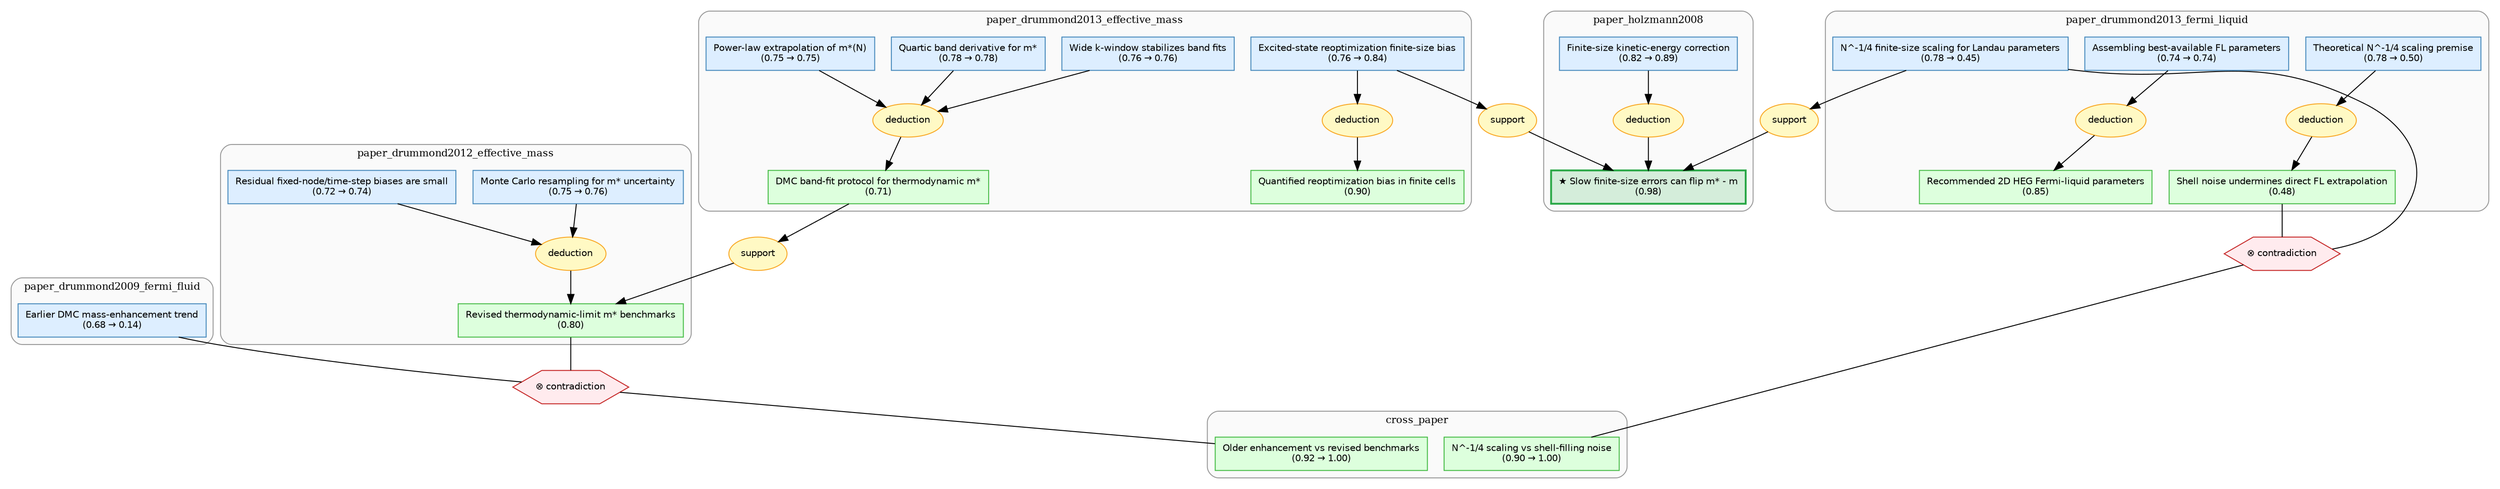
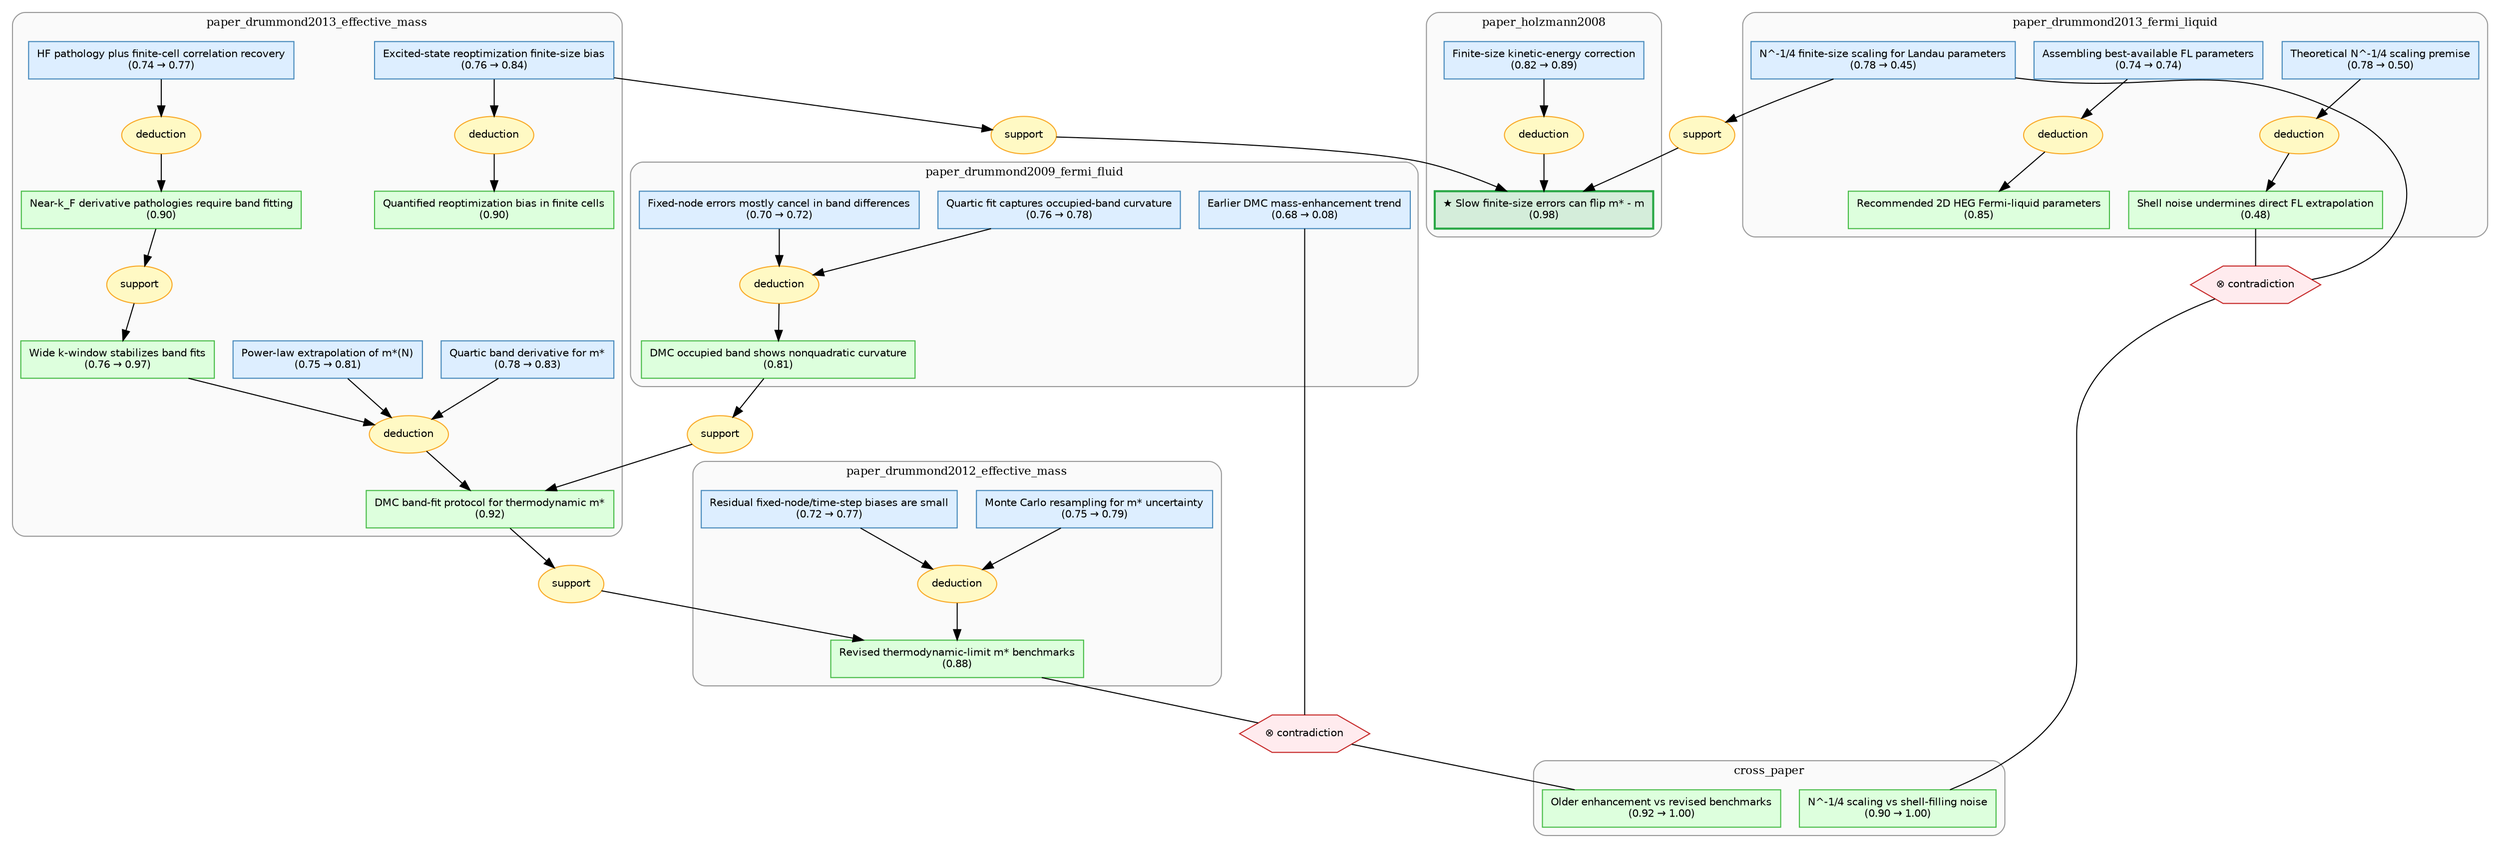
digraph starmap {
    rankdir=TB;
    compound=true;
    node [fontname="Helvetica", fontsize=10];
    edge [fontname="Helvetica", fontsize=9];

    subgraph cluster_cross_paper {
        label="cross_paper";
        style="rounded,filled";
        fillcolor="#fafafa";
        color="#999999";
        fontsize=11;

        "local:twodheg_effective_mass::older_dmc_enhancement_vs_revised_dmc_benchmarks" [label="Older enhancement vs revised benchmarks\n(0.92 → 1.00)", shape=box, style=filled, fillcolor="#ddffdd", color="#44bb44"];
        "local:twodheg_effective_mass::n_quarter_scaling_vs_shell_filling_noise" [label="N^-1/4 scaling vs shell-filling noise\n(0.90 → 1.00)", shape=box, style=filled, fillcolor="#ddffdd", color="#44bb44"];
    }

    subgraph cluster_paper_drummond2009_fermi_fluid {
        label="paper_drummond2009_fermi_fluid";
        style="rounded,filled";
        fillcolor="#fafafa";
        color="#999999";
        fontsize=11;

-         "local:twodheg_effective_mass::gcn_4d1aad1470d54895" [label="Earlier DMC mass-enhancement trend\n(0.68 → 0.14)", shape=box, style=filled, fillcolor="#ddeeff", color="#4488bb"];
+         "local:twodheg_effective_mass::gcn_4d1aad1470d54895" [label="Earlier DMC mass-enhancement trend\n(0.68 → 0.08)", shape=box, style=filled, fillcolor="#ddeeff", color="#4488bb"];
+         "local:twodheg_effective_mass::gcn_f6686a4225a043a6" [label="Quartic fit captures occupied-band curvature\n(0.76 → 0.78)", shape=box, style=filled, fillcolor="#ddeeff", color="#4488bb"];
+         "local:twodheg_effective_mass::gcn_fd7adbfff0f146ba" [label="Fixed-node errors mostly cancel in band differences\n(0.70 → 0.72)", shape=box, style=filled, fillcolor="#ddeeff", color="#4488bb"];
+         "local:twodheg_effective_mass::gcn_bf915935b1fd4326" [label="DMC occupied band shows nonquadratic curvature\n(0.81)", shape=box, style=filled, fillcolor="#ddffdd", color="#44bb44"];
+         "strat_6" [label="deduction", shape=ellipse, style=filled, fillcolor="#fff9c4", color="#f9a825"];
    }

    subgraph cluster_paper_drummond2012_effective_mass {
        label="paper_drummond2012_effective_mass";
        style="rounded,filled";
        fillcolor="#fafafa";
        color="#999999";
        fontsize=11;

-         "local:twodheg_effective_mass::gcn_a685639571304474" [label="Monte Carlo resampling for m* uncertainty\n(0.75 → 0.76)", shape=box, style=filled, fillcolor="#ddeeff", color="#4488bb"];
-         "local:twodheg_effective_mass::gcn_17c63b5dc2154f15" [label="Residual fixed-node/time-step biases are small\n(0.72 → 0.74)", shape=box, style=filled, fillcolor="#ddeeff", color="#4488bb"];
-         "local:twodheg_effective_mass::gcn_b7a7d456a05d4129" [label="Revised thermodynamic-limit m* benchmarks\n(0.80)", shape=box, style=filled, fillcolor="#ddffdd", color="#44bb44"];
-         "strat_5" [label="deduction", shape=ellipse, style=filled, fillcolor="#fff9c4", color="#f9a825"];
+         "local:twodheg_effective_mass::gcn_a685639571304474" [label="Monte Carlo resampling for m* uncertainty\n(0.75 → 0.79)", shape=box, style=filled, fillcolor="#ddeeff", color="#4488bb"];
+         "local:twodheg_effective_mass::gcn_17c63b5dc2154f15" [label="Residual fixed-node/time-step biases are small\n(0.72 → 0.77)", shape=box, style=filled, fillcolor="#ddeeff", color="#4488bb"];
+         "local:twodheg_effective_mass::gcn_b7a7d456a05d4129" [label="Revised thermodynamic-limit m* benchmarks\n(0.88)", shape=box, style=filled, fillcolor="#ddffdd", color="#44bb44"];
+         "strat_7" [label="deduction", shape=ellipse, style=filled, fillcolor="#fff9c4", color="#f9a825"];
    }

    subgraph cluster_paper_drummond2013_effective_mass {
        label="paper_drummond2013_effective_mass";
        style="rounded,filled";
        fillcolor="#fafafa";
        color="#999999";
        fontsize=11;

        "local:twodheg_effective_mass::gcn_850fc9d9de314026" [label="Excited-state reoptimization finite-size bias\n(0.76 → 0.84)", shape=box, style=filled, fillcolor="#ddeeff", color="#4488bb"];
        "local:twodheg_effective_mass::gcn_c7b10e47e2ab45e1" [label="Quantified reoptimization bias in finite cells\n(0.90)", shape=box, style=filled, fillcolor="#ddffdd", color="#44bb44"];
-         "local:twodheg_effective_mass::gcn_48797cba2bf44d90" [label="Quartic band derivative for m*\n(0.78 → 0.78)", shape=box, style=filled, fillcolor="#ddeeff", color="#4488bb"];
-         "local:twodheg_effective_mass::gcn_1e8fcb7ef934428d" [label="Power-law extrapolation of m*(N)\n(0.75 → 0.75)", shape=box, style=filled, fillcolor="#ddeeff", color="#4488bb"];
-         "local:twodheg_effective_mass::gcn_50e263dc961541e0" [label="Wide k-window stabilizes band fits\n(0.76 → 0.76)", shape=box, style=filled, fillcolor="#ddeeff", color="#4488bb"];
-         "local:twodheg_effective_mass::gcn_a981a2b787514e47" [label="DMC band-fit protocol for thermodynamic m*\n(0.71)", shape=box, style=filled, fillcolor="#ddffdd", color="#44bb44"];
+         "local:twodheg_effective_mass::gcn_48797cba2bf44d90" [label="Quartic band derivative for m*\n(0.78 → 0.83)", shape=box, style=filled, fillcolor="#ddeeff", color="#4488bb"];
+         "local:twodheg_effective_mass::gcn_1e8fcb7ef934428d" [label="Power-law extrapolation of m*(N)\n(0.75 → 0.81)", shape=box, style=filled, fillcolor="#ddeeff", color="#4488bb"];
+         "local:twodheg_effective_mass::gcn_50e263dc961541e0" [label="Wide k-window stabilizes band fits\n(0.76 → 0.97)", shape=box, style=filled, fillcolor="#ddffdd", color="#44bb44"];
+         "local:twodheg_effective_mass::gcn_a981a2b787514e47" [label="DMC band-fit protocol for thermodynamic m*\n(0.92)", shape=box, style=filled, fillcolor="#ddffdd", color="#44bb44"];
+         "local:twodheg_effective_mass::gcn_f6ca85b75deb46ba" [label="HF pathology plus finite-cell correlation recovery\n(0.74 → 0.77)", shape=box, style=filled, fillcolor="#ddeeff", color="#4488bb"];
+         "local:twodheg_effective_mass::gcn_8df2cd5b49524aac" [label="Near-k_F derivative pathologies require band fitting\n(0.90)", shape=box, style=filled, fillcolor="#ddffdd", color="#44bb44"];
        "strat_3" [label="deduction", shape=ellipse, style=filled, fillcolor="#fff9c4", color="#f9a825"];
        "strat_4" [label="deduction", shape=ellipse, style=filled, fillcolor="#fff9c4", color="#f9a825"];
+         "strat_5" [label="deduction", shape=ellipse, style=filled, fillcolor="#fff9c4", color="#f9a825"];
+         "strat_11" [label="support", shape=ellipse, style=filled, fillcolor="#fff9c4", color="#f9a825"];
    }

    subgraph cluster_paper_drummond2013_fermi_liquid {
        label="paper_drummond2013_fermi_liquid";
        style="rounded,filled";
        fillcolor="#fafafa";
        color="#999999";
        fontsize=11;

        "local:twodheg_effective_mass::gcn_219b34bd252c43fa" [label="N^-1/4 finite-size scaling for Landau parameters\n(0.78 → 0.45)", shape=box, style=filled, fillcolor="#ddeeff", color="#4488bb"];
        "local:twodheg_effective_mass::gcn_3ceb44ae3f404964" [label="Theoretical N^-1/4 scaling premise\n(0.78 → 0.50)", shape=box, style=filled, fillcolor="#ddeeff", color="#4488bb"];
        "local:twodheg_effective_mass::gcn_3db07703d3684507" [label="Shell noise undermines direct FL extrapolation\n(0.48)", shape=box, style=filled, fillcolor="#ddffdd", color="#44bb44"];
        "local:twodheg_effective_mass::gcn_836bae7457044c7a" [label="Assembling best-available FL parameters\n(0.74 → 0.74)", shape=box, style=filled, fillcolor="#ddeeff", color="#4488bb"];
        "local:twodheg_effective_mass::gcn_306f15c9d5814e23" [label="Recommended 2D HEG Fermi-liquid parameters\n(0.85)", shape=box, style=filled, fillcolor="#ddffdd", color="#44bb44"];
        "strat_1" [label="deduction", shape=ellipse, style=filled, fillcolor="#fff9c4", color="#f9a825"];
        "strat_2" [label="deduction", shape=ellipse, style=filled, fillcolor="#fff9c4", color="#f9a825"];
    }

    subgraph cluster_paper_holzmann2008 {
        label="paper_holzmann2008";
        style="rounded,filled";
        fillcolor="#fafafa";
        color="#999999";
        fontsize=11;

        "local:twodheg_effective_mass::gcn_da3eecec49114543" [label="Finite-size kinetic-energy correction\n(0.82 → 0.89)", shape=box, style=filled, fillcolor="#ddeeff", color="#4488bb"];
        "local:twodheg_effective_mass::gcn_28b9e01bd2f8487f" [label="★ Slow finite-size errors can flip m* - m\n(0.98)", shape=box, style=filled, fillcolor="#d4edda", color="#28a745", penwidth=2];
        "strat_0" [label="deduction", shape=ellipse, style=filled, fillcolor="#fff9c4", color="#f9a825"];
    }

    // cross-module strategy/operator nodes (outside clusters)
-     "strat_6" [label="support", shape=ellipse, style=filled, fillcolor="#fff9c4", color="#f9a825"];
-     "strat_7" [label="support", shape=ellipse, style=filled, fillcolor="#fff9c4", color="#f9a825"];
    "strat_8" [label="support", shape=ellipse, style=filled, fillcolor="#fff9c4", color="#f9a825"];
+     "strat_9" [label="support", shape=ellipse, style=filled, fillcolor="#fff9c4", color="#f9a825"];
+     "strat_10" [label="support", shape=ellipse, style=filled, fillcolor="#fff9c4", color="#f9a825"];
+     "strat_12" [label="support", shape=ellipse, style=filled, fillcolor="#fff9c4", color="#f9a825"];
    "oper_0" [label="⊗ contradiction", shape=hexagon, style=filled, fillcolor="#ffebee", color="#c62828"];
    "oper_1" [label="⊗ contradiction", shape=hexagon, style=filled, fillcolor="#ffebee", color="#c62828"];

    // edges
    "local:twodheg_effective_mass::gcn_da3eecec49114543" -> "strat_0";
    "strat_0" -> "local:twodheg_effective_mass::gcn_28b9e01bd2f8487f";
    "local:twodheg_effective_mass::gcn_3ceb44ae3f404964" -> "strat_1";
    "strat_1" -> "local:twodheg_effective_mass::gcn_3db07703d3684507";
    "local:twodheg_effective_mass::gcn_836bae7457044c7a" -> "strat_2";
    "strat_2" -> "local:twodheg_effective_mass::gcn_306f15c9d5814e23";
    "local:twodheg_effective_mass::gcn_850fc9d9de314026" -> "strat_3";
    "strat_3" -> "local:twodheg_effective_mass::gcn_c7b10e47e2ab45e1";
    "local:twodheg_effective_mass::gcn_48797cba2bf44d90" -> "strat_4";
    "local:twodheg_effective_mass::gcn_1e8fcb7ef934428d" -> "strat_4";
    "local:twodheg_effective_mass::gcn_50e263dc961541e0" -> "strat_4";
    "strat_4" -> "local:twodheg_effective_mass::gcn_a981a2b787514e47";
-     "local:twodheg_effective_mass::gcn_a685639571304474" -> "strat_5";
-     "local:twodheg_effective_mass::gcn_17c63b5dc2154f15" -> "strat_5";
-     "strat_5" -> "local:twodheg_effective_mass::gcn_b7a7d456a05d4129";
-     "local:twodheg_effective_mass::gcn_219b34bd252c43fa" -> "strat_6";
-     "strat_6" -> "local:twodheg_effective_mass::gcn_28b9e01bd2f8487f";
-     "local:twodheg_effective_mass::gcn_850fc9d9de314026" -> "strat_7";
-     "strat_7" -> "local:twodheg_effective_mass::gcn_28b9e01bd2f8487f";
-     "local:twodheg_effective_mass::gcn_a981a2b787514e47" -> "strat_8";
-     "strat_8" -> "local:twodheg_effective_mass::gcn_b7a7d456a05d4129";
+     "local:twodheg_effective_mass::gcn_f6ca85b75deb46ba" -> "strat_5";
+     "strat_5" -> "local:twodheg_effective_mass::gcn_8df2cd5b49524aac";
+     "local:twodheg_effective_mass::gcn_f6686a4225a043a6" -> "strat_6";
+     "local:twodheg_effective_mass::gcn_fd7adbfff0f146ba" -> "strat_6";
+     "strat_6" -> "local:twodheg_effective_mass::gcn_bf915935b1fd4326";
+     "local:twodheg_effective_mass::gcn_a685639571304474" -> "strat_7";
+     "local:twodheg_effective_mass::gcn_17c63b5dc2154f15" -> "strat_7";
+     "strat_7" -> "local:twodheg_effective_mass::gcn_b7a7d456a05d4129";
+     "local:twodheg_effective_mass::gcn_219b34bd252c43fa" -> "strat_8";
+     "strat_8" -> "local:twodheg_effective_mass::gcn_28b9e01bd2f8487f";
+     "local:twodheg_effective_mass::gcn_850fc9d9de314026" -> "strat_9";
+     "strat_9" -> "local:twodheg_effective_mass::gcn_28b9e01bd2f8487f";
+     "local:twodheg_effective_mass::gcn_a981a2b787514e47" -> "strat_10";
+     "strat_10" -> "local:twodheg_effective_mass::gcn_b7a7d456a05d4129";
+     "local:twodheg_effective_mass::gcn_8df2cd5b49524aac" -> "strat_11";
+     "strat_11" -> "local:twodheg_effective_mass::gcn_50e263dc961541e0";
+     "local:twodheg_effective_mass::gcn_bf915935b1fd4326" -> "strat_12";
+     "strat_12" -> "local:twodheg_effective_mass::gcn_a981a2b787514e47";
    "local:twodheg_effective_mass::gcn_4d1aad1470d54895" -> "oper_0" [dir=none];
    "local:twodheg_effective_mass::gcn_b7a7d456a05d4129" -> "oper_0" [dir=none];
    "oper_0" -> "local:twodheg_effective_mass::older_dmc_enhancement_vs_revised_dmc_benchmarks" [dir=none];
    "local:twodheg_effective_mass::gcn_219b34bd252c43fa" -> "oper_1" [dir=none];
    "local:twodheg_effective_mass::gcn_3db07703d3684507" -> "oper_1" [dir=none];
    "oper_1" -> "local:twodheg_effective_mass::n_quarter_scaling_vs_shell_filling_noise" [dir=none];
}
